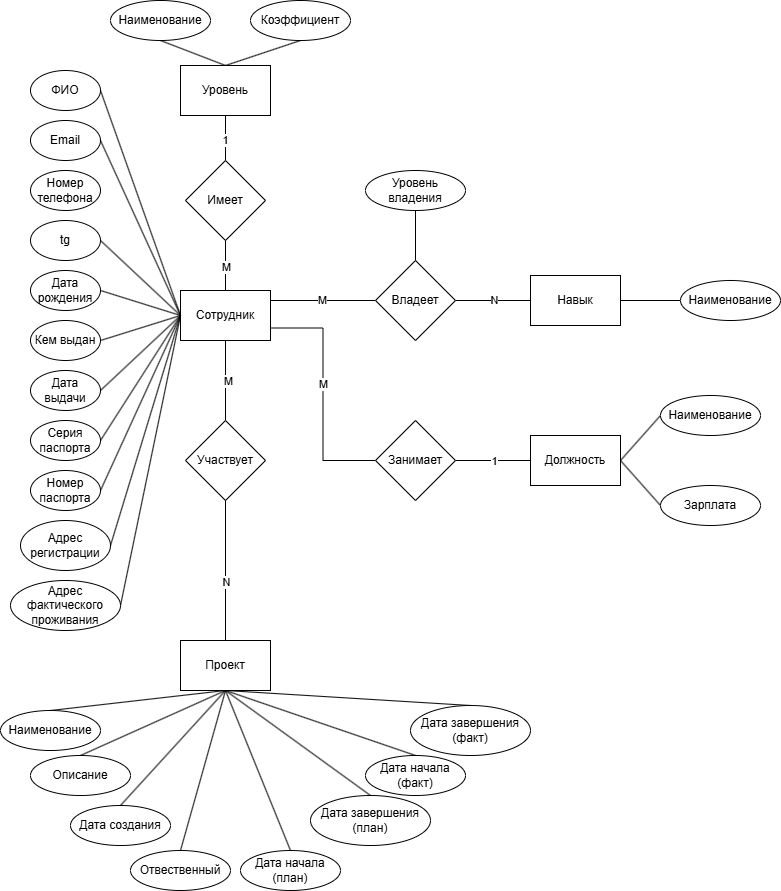
Before: ERD/erd.drawio.png, a diagram exported from draw.io (Jamurrr/WF-Spravochnik). Source tidied: cells renumbered, new cells last; positions are measured from the earlier drawing's top-left corner, leaving out a move shared by most shapes.
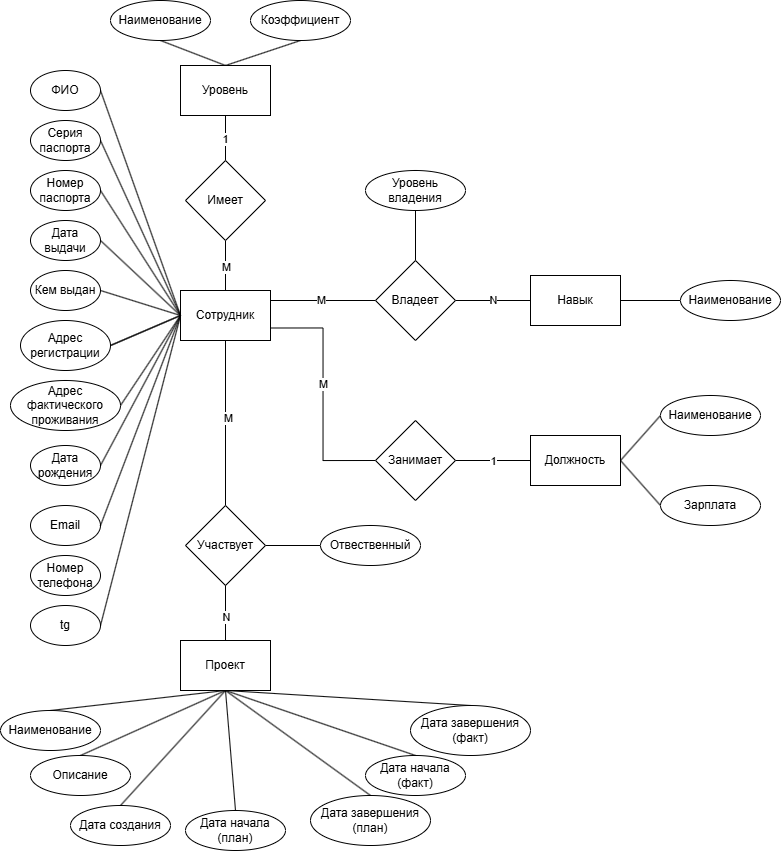
After the change.

What changed in the source:
```diff
@@ -54,31 +54,28 @@
       <mxGeometry x="30" y="70" width="70" height="40" as="geometry" />
     </mxCell>
     <mxCell id="19" value="Email" style="ellipse;whiteSpace=wrap;html=1;" parent="1" vertex="1">
-      <mxGeometry x="30" y="120" width="70" height="40" as="geometry" />
+      <mxGeometry x="30" y="505" width="70" height="40" as="geometry" />
     </mxCell>
     <mxCell id="20" value="tg" style="ellipse;whiteSpace=wrap;html=1;" parent="1" vertex="1">
-      <mxGeometry x="30" y="220" width="70" height="40" as="geometry" />
+      <mxGeometry x="30" y="605" width="70" height="40" as="geometry" />
     </mxCell>
     <mxCell id="21" value="Дата рождения" style="ellipse;whiteSpace=wrap;html=1;" parent="1" vertex="1">
-      <mxGeometry x="30" y="270" width="70" height="40" as="geometry" />
+      <mxGeometry x="30" y="445" width="70" height="40" as="geometry" />
     </mxCell>
     <mxCell id="22" value="Номер паспорта" style="ellipse;whiteSpace=wrap;html=1;" parent="1" vertex="1">
-      <mxGeometry x="30" y="470" width="70" height="40" as="geometry" />
+      <mxGeometry x="30" y="170" width="70" height="40" as="geometry" />
     </mxCell>
     <mxCell id="23" value="Кем выдан" style="ellipse;whiteSpace=wrap;html=1;" parent="1" vertex="1">
-      <mxGeometry x="30" y="320" width="70" height="40" as="geometry" />
+      <mxGeometry x="30" y="270" width="70" height="40" as="geometry" />
     </mxCell>
     <mxCell id="24" value="Дата выдачи" style="ellipse;whiteSpace=wrap;html=1;" parent="1" vertex="1">
-      <mxGeometry x="30" y="370" width="70" height="40" as="geometry" />
+      <mxGeometry x="30" y="220" width="70" height="40" as="geometry" />
     </mxCell>
-    <mxCell id="25" value="Адрес регистрации" style="ellipse;whiteSpace=wrap;html=1;" parent="1" vertex="1">
-      <mxGeometry x="20" y="520" width="90" height="50" as="geometry" />
-    </mxCell>
     <mxCell id="26" value="Адрес фактического проживания" style="ellipse;whiteSpace=wrap;html=1;" parent="1" vertex="1">
-      <mxGeometry x="10" y="580" width="110" height="50" as="geometry" />
+      <mxGeometry x="10" y="380" width="110" height="50" as="geometry" />
     </mxCell>
     <mxCell id="27" value="Серия паспорта" style="ellipse;whiteSpace=wrap;html=1;" parent="1" vertex="1">
-      <mxGeometry x="30" y="420" width="70" height="40" as="geometry" />
+      <mxGeometry x="30" y="120" width="70" height="40" as="geometry" />
     </mxCell>
     <mxCell id="28" style="endArrow=none;html=1;rounded=0;exitX=0;exitY=0.5;exitDx=0;exitDy=0;entryX=1;entryY=0.5;entryDx=0;entryDy=0;" parent="1" edge="1" source="17" target="19">
       <mxGeometry relative="1" as="geometry" />
@@ -91,8 +88,11 @@
         <mxPoint y="5" as="offset" />
       </mxGeometry>
     </mxCell>
+    <mxCell id="76" style="rounded=0;jettySize=auto;html=1;exitX=1;exitY=0.5;exitDx=0;exitDy=0;entryX=0;entryY=0.5;entryDx=0;entryDy=0;endArrow=none;endFill=0;" parent="1" edge="1" source="31" target="74">
+      <mxGeometry relative="1" as="geometry" />
+    </mxCell>
     <mxCell id="31" value="Участвует" style="rhombus;whiteSpace=wrap;html=1;" parent="1" vertex="1">
-      <mxGeometry x="185" y="420" width="80" height="80" as="geometry" />
+      <mxGeometry x="185" y="505" width="80" height="80" as="geometry" />
     </mxCell>
     <mxCell id="32" style="rounded=0;jettySize=auto;html=1;exitX=0.5;exitY=0;exitDx=0;exitDy=0;entryX=0.5;entryY=1;entryDx=0;entryDy=0;endArrow=none;endFill=0;" parent="1" edge="1" source="41" target="31">
       <mxGeometry relative="1" as="geometry" />
@@ -139,7 +139,7 @@
       <mxGeometry x="180" y="640" width="90" height="50" as="geometry" />
     </mxCell>
     <mxCell id="42" value="Номер телефона" style="ellipse;whiteSpace=wrap;html=1;" parent="1" vertex="1">
-      <mxGeometry x="30" y="170" width="70" height="40" as="geometry" />
+      <mxGeometry x="30" y="555" width="70" height="40" as="geometry" />
     </mxCell>
     <mxCell id="43" value="Наименование" style="ellipse;whiteSpace=wrap;html=1;" parent="1" vertex="1">
       <mxGeometry y="710" width="100" height="40" as="geometry" />
@@ -151,7 +151,7 @@
       <mxGeometry x="70" y="805" width="100" height="40" as="geometry" />
     </mxCell>
     <mxCell id="46" value="Дата начала (план)" style="ellipse;whiteSpace=wrap;html=1;" parent="1" vertex="1">
-      <mxGeometry x="240" y="850" width="100" height="40" as="geometry" />
+      <mxGeometry x="185" y="810" width="100" height="40" as="geometry" />
     </mxCell>
     <mxCell id="47" value="Дата завершения (план)" style="ellipse;whiteSpace=wrap;html=1;" parent="1" vertex="1">
       <mxGeometry x="310" y="795" width="120" height="50" as="geometry" />
@@ -231,16 +231,17 @@
     <mxCell id="72" value="Зарплата" style="ellipse;whiteSpace=wrap;html=1;" parent="1" vertex="1">
       <mxGeometry x="660" y="485" width="100" height="40" as="geometry" />
     </mxCell>
-    <mxCell id="73" style="rounded=0;jettySize=auto;html=1;exitX=0.5;exitY=0;exitDx=0;exitDy=0;entryX=0.5;entryY=1;entryDx=0;entryDy=0;endArrow=none;endFill=0;" parent="1" edge="1" source="74">
-      <mxGeometry relative="1" as="geometry">
-        <mxPoint x="225" y="690" as="targetPoint" />
-      </mxGeometry>
-    </mxCell>
     <mxCell id="74" value="Отвественный" style="ellipse;whiteSpace=wrap;html=1;" parent="1" vertex="1">
-      <mxGeometry x="130" y="850" width="100" height="40" as="geometry" />
+      <mxGeometry x="320" y="525" width="100" height="40" as="geometry" />
     </mxCell>
     <mxCell id="75" value="Уровень владения" style="ellipse;whiteSpace=wrap;html=1;" parent="1" vertex="1">
       <mxGeometry x="365" y="170" width="100" height="40" as="geometry" />
     </mxCell>
+    <mxCell id="77" style="rounded=0;jettySize=auto;html=1;exitX=0;exitY=0.5;exitDx=0;exitDy=0;entryX=1;entryY=0.5;entryDx=0;entryDy=0;endArrow=none;endFill=0;" parent="1" edge="1" source="17" target="25">
+      <mxGeometry relative="1" as="geometry" />
+    </mxCell>
+    <mxCell id="25" value="Адрес регистрации" style="ellipse;whiteSpace=wrap;html=1;" parent="1" vertex="1">
+      <mxGeometry x="20" y="320" width="90" height="50" as="geometry" />
+    </mxCell>
   </root>
 </mxGraphModel>
```
